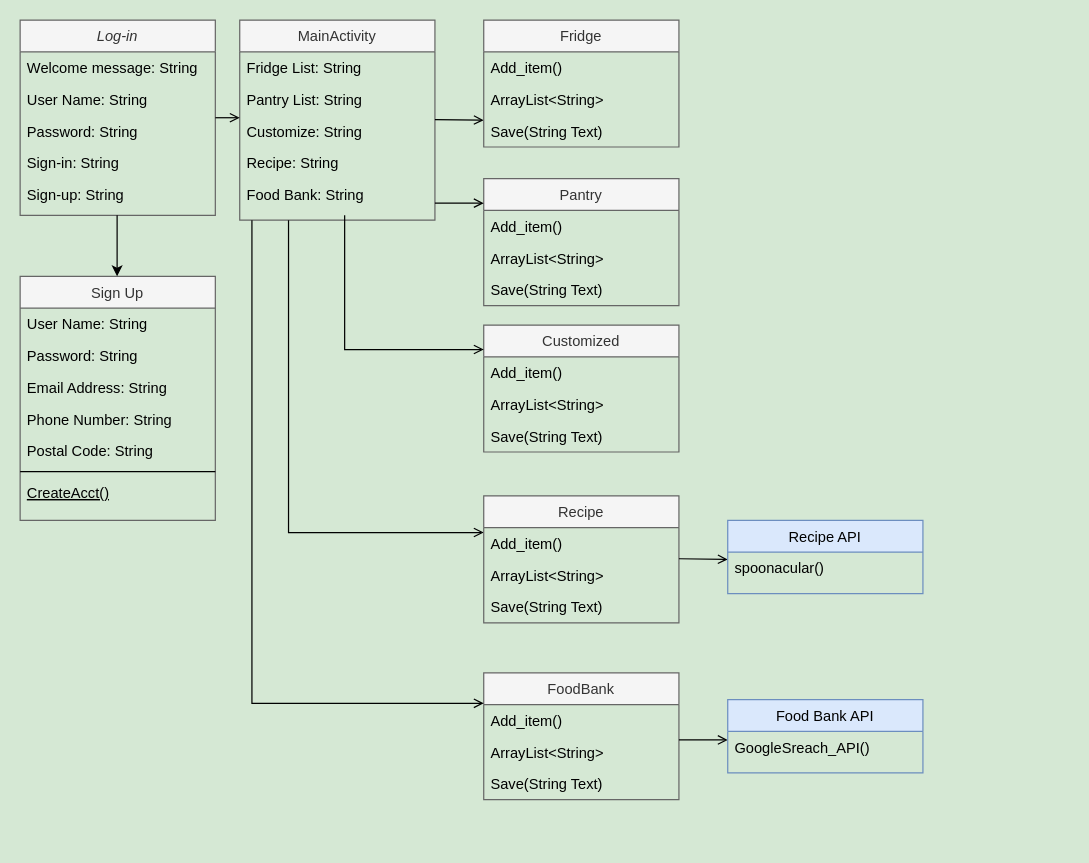
The draw.io diagram Class Diagram.drawio in Capstone-Projects-2022-Spring/project-kinderkitchen, before the edit. Source tidied: cells renumbered, new cells numbered last; positions are measured from the earlier drawing's top-left corner, leaving out a move shared by most shapes. Both pictures are drawn from the tidied source at 122%, with x=0, y=0 at pixel (20, 20).
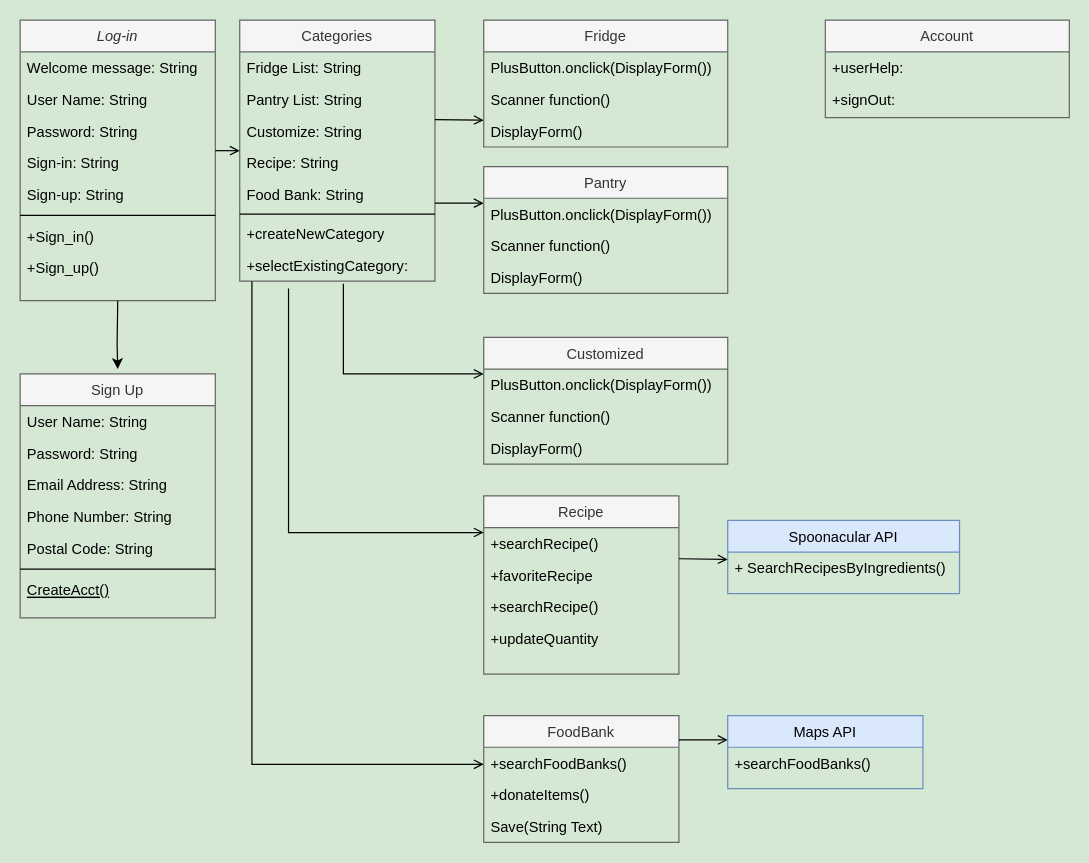
Above is the later version.

What changed in the source:
```diff
@@
     <mxCell id="2" value="Log-in" style="swimlane;fontStyle=2;align=center;verticalAlign=top;horizontal=1;startSize=26;rounded=0;shadow=0;strokeWidth=1;fillColor=#f5f5f5;fontColor=#333333;strokeColor=#666666;" parent="1" vertex="1">
-      <mxGeometry width="160" height="160" as="geometry" />
+      <mxGeometry width="160" height="230" as="geometry" />
     </mxCell>
@@
+    <mxCell id="55" style="line;html=1;strokeWidth=1;align=left;verticalAlign=middle;spacingTop=-1;spacingLeft=3;spacingRight=3;labelPosition=right;" parent="2" vertex="1">
+      <mxGeometry y="156" width="160" height="8" as="geometry" />
+    </mxCell>
+    <mxCell id="56" value="+Sign_in()" style="text;align=left;verticalAlign=top;spacingLeft=4;spacingRight=4;overflow=hidden;rounded=0;shadow=0;html=0;" parent="2" vertex="1">
+      <mxGeometry y="164" width="160" height="26" as="geometry" />
+    </mxCell>
+    <mxCell id="57" value="+Sign_up()" style="text;align=left;verticalAlign=top;spacingLeft=4;spacingRight=4;overflow=hidden;rounded=0;shadow=0;html=0;" parent="2" vertex="1">
+      <mxGeometry y="190" width="160" height="26" as="geometry" />
+    </mxCell>
     <mxCell id="8" value="Sign Up" style="swimlane;fontStyle=0;align=center;verticalAlign=top;horizontal=1;startSize=26;rounded=0;shadow=0;strokeWidth=1;fillColor=#f5f5f5;fontColor=#333333;strokeColor=#666666;" parent="1" vertex="1">
-      <mxGeometry y="210" width="160" height="200" as="geometry" />
+      <mxGeometry y="290" width="160" height="200" as="geometry" />
     </mxCell>
@@
-    <mxCell id="16" value="MainActivity" style="swimlane;fontStyle=0;align=center;verticalAlign=top;horizontal=1;startSize=26;rounded=0;shadow=0;strokeWidth=1;fillColor=#f5f5f5;fontColor=#333333;strokeColor=#666666;" parent="1" vertex="1">
-      <mxGeometry x="180" width="160" height="164" as="geometry" />
+    <mxCell id="16" value="Categories" style="swimlane;fontStyle=0;align=center;verticalAlign=top;horizontal=1;startSize=26;rounded=0;shadow=0;strokeWidth=1;fillColor=#f5f5f5;fontColor=#333333;strokeColor=#666666;" parent="1" vertex="1">
+      <mxGeometry x="180" width="160" height="214" as="geometry" />
     </mxCell>
@@
+    <mxCell id="58" style="line;html=1;strokeWidth=1;align=left;verticalAlign=middle;spacingTop=-1;spacingLeft=3;spacingRight=3;labelPosition=right;" parent="16" vertex="1">
+      <mxGeometry y="156" width="160" height="6" as="geometry" />
+    </mxCell>
+    <mxCell id="59" value="+createNewCategory" style="text;align=left;verticalAlign=top;spacingLeft=4;spacingRight=4;overflow=hidden;rounded=0;shadow=0;html=0;" parent="16" vertex="1">
+      <mxGeometry y="162" width="160" height="26" as="geometry" />
+    </mxCell>
+    <mxCell id="60" value="+selectExistingCategory:" style="text;align=left;verticalAlign=top;spacingLeft=4;spacingRight=4;overflow=hidden;points=[[0,0.5],[1,0.5]];portConstraint=eastwest;rounded=0;shadow=0;html=0;" parent="16" vertex="1">
+      <mxGeometry y="188" width="160" height="26" as="geometry" />
+    </mxCell>
@@
-    <mxCell id="23" style="endArrow=classic;html=1;rounded=0;" parent="1" edge="1">
+    <mxCell id="23" style="endArrow=classic;html=1;rounded=0;exitX=0.5;exitY=1;exitDx=0;exitDy=0;" parent="1" edge="1" source="2">
       <mxGeometry relative="1" as="geometry">
-        <mxPoint x="79.5" y="160" as="sourcePoint" />
-        <mxPoint x="79.5" y="210" as="targetPoint" />
+        <mxPoint x="80" y="286" as="targetPoint" />
         <Array as="points">
-          <mxPoint x="79.5" y="160" />
-          <mxPoint x="79.5" y="180" />
+          <mxPoint x="79.5" y="266" />
         </Array>
       </mxGeometry>
     </mxCell>
@@
     <mxCell id="25" value="Fridge" style="swimlane;fontStyle=0;align=center;verticalAlign=top;horizontal=1;startSize=26;rounded=0;shadow=0;strokeWidth=1;fillColor=#f5f5f5;fontColor=#333333;strokeColor=#666666;" parent="1" vertex="1">
-      <mxGeometry x="380" width="160" height="104" as="geometry" />
+      <mxGeometry x="380" width="200" height="104" as="geometry" />
     </mxCell>
-    <mxCell id="26" value="Add_item()" style="text;align=left;verticalAlign=top;spacingLeft=4;spacingRight=4;overflow=hidden;" parent="25" vertex="1">
-      <mxGeometry y="26" width="160" height="26" as="geometry" />
+    <mxCell id="26" value="PlusButton.onclick(DisplayForm())&#10;" style="text;align=left;verticalAlign=top;spacingLeft=4;spacingRight=4;overflow=hidden;" parent="25" vertex="1">
+      <mxGeometry y="26" width="200" height="26" as="geometry" />
     </mxCell>
-    <mxCell id="27" value="ArrayList&lt;String&gt;" style="text;align=left;verticalAlign=top;spacingLeft=4;spacingRight=4;overflow=hidden;rounded=0;shadow=0;html=0;" parent="25" vertex="1">
-      <mxGeometry y="52" width="160" height="26" as="geometry" />
+    <mxCell id="27" value="Scanner function()" style="text;align=left;verticalAlign=top;spacingLeft=4;spacingRight=4;overflow=hidden;rounded=0;shadow=0;html=0;" parent="25" vertex="1">
+      <mxGeometry y="52" width="200" height="26" as="geometry" />
     </mxCell>
-    <mxCell id="28" value="Save(String Text)" style="text;align=left;verticalAlign=top;spacingLeft=4;spacingRight=4;overflow=hidden;" parent="25" vertex="1">
-      <mxGeometry y="78" width="160" height="26" as="geometry" />
+    <mxCell id="28" value="DisplayForm()" style="text;align=left;verticalAlign=top;spacingLeft=4;spacingRight=4;overflow=hidden;" parent="25" vertex="1">
+      <mxGeometry y="78" width="200" height="26" as="geometry" />
     </mxCell>
-    <mxCell id="29" value="Customized" style="swimlane;fontStyle=0;align=center;verticalAlign=top;horizontal=1;startSize=26;rounded=0;shadow=0;strokeWidth=1;fillColor=#f5f5f5;fontColor=#333333;strokeColor=#666666;" parent="1" vertex="1">
-      <mxGeometry x="380" y="250" width="160" height="104" as="geometry" />
-    </mxCell>
-    <mxCell id="30" value="Add_item()" style="text;align=left;verticalAlign=top;spacingLeft=4;spacingRight=4;overflow=hidden;" parent="29" vertex="1">
-      <mxGeometry y="26" width="160" height="26" as="geometry" />
-    </mxCell>
-    <mxCell id="31" value="ArrayList&lt;String&gt;" style="text;align=left;verticalAlign=top;spacingLeft=4;spacingRight=4;overflow=hidden;rounded=0;shadow=0;html=0;" parent="29" vertex="1">
-      <mxGeometry y="52" width="160" height="26" as="geometry" />
-    </mxCell>
-    <mxCell id="32" value="Save(String Text)" style="text;align=left;verticalAlign=top;spacingLeft=4;spacingRight=4;overflow=hidden;" parent="29" vertex="1">
-      <mxGeometry y="78" width="160" height="26" as="geometry" />
-    </mxCell>
-    <mxCell id="33" value="Pantry" style="swimlane;fontStyle=0;align=center;verticalAlign=top;horizontal=1;startSize=26;rounded=0;shadow=0;strokeWidth=1;fillColor=#f5f5f5;fontColor=#333333;strokeColor=#666666;" parent="1" vertex="1">
-      <mxGeometry x="380" y="130" width="160" height="104" as="geometry" />
-    </mxCell>
-    <mxCell id="34" value="Add_item()" style="text;align=left;verticalAlign=top;spacingLeft=4;spacingRight=4;overflow=hidden;" parent="33" vertex="1">
-      <mxGeometry y="26" width="160" height="26" as="geometry" />
-    </mxCell>
-    <mxCell id="35" value="ArrayList&lt;String&gt;" style="text;align=left;verticalAlign=top;spacingLeft=4;spacingRight=4;overflow=hidden;rounded=0;shadow=0;html=0;" parent="33" vertex="1">
-      <mxGeometry y="52" width="160" height="26" as="geometry" />
-    </mxCell>
-    <mxCell id="36" value="Save(String Text)" style="text;align=left;verticalAlign=top;spacingLeft=4;spacingRight=4;overflow=hidden;" parent="33" vertex="1">
-      <mxGeometry y="78" width="160" height="26" as="geometry" />
-    </mxCell>
@@
-    <mxCell id="38" style="endArrow=open;shadow=0;strokeWidth=1;rounded=0;endFill=1;edgeStyle=elbowEdgeStyle;elbow=vertical;" parent="1" edge="1">
+    <mxCell id="38" style="endArrow=open;shadow=0;strokeWidth=1;rounded=0;endFill=1;edgeStyle=elbowEdgeStyle;elbow=vertical;exitX=0.531;exitY=1.077;exitDx=0;exitDy=0;exitPerimeter=0;" parent="1" edge="1" source="60">
       <mxGeometry x="0.5" y="41" relative="1" as="geometry">
-        <mxPoint x="266" y="160" as="sourcePoint" />
-        <mxPoint x="380" y="270" as="targetPoint" />
+        <mxPoint x="380" y="290" as="targetPoint" />
         <Array as="points">
-          <mxPoint x="270" y="270" />
+          <mxPoint x="270" y="290" />
         </Array>
         <mxPoint x="-40" y="32" as="offset" />
       </mxGeometry>
     </mxCell>
     <mxCell id="39" style="endArrow=open;shadow=0;strokeWidth=1;rounded=0;endFill=1;edgeStyle=elbowEdgeStyle;elbow=vertical;entryX=0;entryY=0.154;entryDx=0;entryDy=0;entryPerimeter=0;" parent="1" edge="1" target="41">
       <mxGeometry x="0.5" y="41" relative="1" as="geometry">
-        <mxPoint x="220" y="164" as="sourcePoint" />
+        <mxPoint x="220" y="220" as="sourcePoint" />
         <Array as="points">
           <mxPoint x="270" y="420" />
         </Array>
         <mxPoint x="-40" y="32" as="offset" />
       </mxGeometry>
     </mxCell>
     <mxCell id="40" value="Recipe" style="swimlane;fontStyle=0;align=center;verticalAlign=top;horizontal=1;startSize=26;rounded=0;shadow=0;strokeWidth=1;fillColor=#f5f5f5;fontColor=#333333;strokeColor=#666666;" parent="1" vertex="1">
-      <mxGeometry x="380" y="390" width="160" height="104" as="geometry" />
+      <mxGeometry x="380" y="390" width="160" height="146" as="geometry" />
     </mxCell>
-    <mxCell id="41" value="Add_item()" style="text;align=left;verticalAlign=top;spacingLeft=4;spacingRight=4;overflow=hidden;points=[[0,0.5],[1,0.5]];portConstraint=eastwest;" parent="40" vertex="1">
+    <mxCell id="41" value="+searchRecipe()" style="text;align=left;verticalAlign=top;spacingLeft=4;spacingRight=4;overflow=hidden;points=[[0,0.5],[1,0.5]];portConstraint=eastwest;" parent="40" vertex="1">
       <mxGeometry y="26" width="160" height="26" as="geometry" />
     </mxCell>
-    <mxCell id="42" value="ArrayList&lt;String&gt;" style="text;align=left;verticalAlign=top;spacingLeft=4;spacingRight=4;overflow=hidden;rounded=0;shadow=0;html=0;" parent="40" vertex="1">
+    <mxCell id="42" value="+favoriteRecipe" style="text;align=left;verticalAlign=top;spacingLeft=4;spacingRight=4;overflow=hidden;rounded=0;shadow=0;html=0;" parent="40" vertex="1">
       <mxGeometry y="52" width="160" height="26" as="geometry" />
     </mxCell>
+    <mxCell id="61" value="+searchRecipe()" style="text;align=left;verticalAlign=top;spacingLeft=4;spacingRight=4;overflow=hidden;" parent="40" vertex="1">
+      <mxGeometry y="78" width="160" height="26" as="geometry" />
+    </mxCell>
-    <mxCell id="43" value="Save(String Text)" style="text;align=left;verticalAlign=top;spacingLeft=4;spacingRight=4;overflow=hidden;" parent="40" vertex="1">
-      <mxGeometry y="78" width="160" height="26" as="geometry" />
+    <mxCell id="43" value="+updateQuantity" style="text;align=left;verticalAlign=top;spacingLeft=4;spacingRight=4;overflow=hidden;" parent="40" vertex="1">
+      <mxGeometry y="104" width="160" height="42" as="geometry" />
     </mxCell>
     <mxCell id="44" value="FoodBank" style="swimlane;fontStyle=0;align=center;verticalAlign=top;horizontal=1;startSize=26;rounded=0;shadow=0;strokeWidth=1;fillColor=#f5f5f5;fontColor=#333333;strokeColor=#666666;" parent="1" vertex="1">
-      <mxGeometry x="380" y="535" width="160" height="104" as="geometry" />
+      <mxGeometry x="380" y="570" width="160" height="104" as="geometry" />
     </mxCell>
-    <mxCell id="45" value="Add_item()" style="text;align=left;verticalAlign=top;spacingLeft=4;spacingRight=4;overflow=hidden;" parent="44" vertex="1">
+    <mxCell id="45" value="+searchFoodBanks()" style="text;align=left;verticalAlign=top;spacingLeft=4;spacingRight=4;overflow=hidden;" parent="44" vertex="1">
       <mxGeometry y="26" width="160" height="26" as="geometry" />
     </mxCell>
-    <mxCell id="46" value="ArrayList&lt;String&gt;" style="text;align=left;verticalAlign=top;spacingLeft=4;spacingRight=4;overflow=hidden;rounded=0;shadow=0;html=0;" parent="44" vertex="1">
+    <mxCell id="46" value="+donateItems()" style="text;align=left;verticalAlign=top;spacingLeft=4;spacingRight=4;overflow=hidden;rounded=0;shadow=0;html=0;" parent="44" vertex="1">
       <mxGeometry y="52" width="160" height="26" as="geometry" />
     </mxCell>
@@
     <mxCell id="48" style="endArrow=open;shadow=0;strokeWidth=1;rounded=0;endFill=1;edgeStyle=elbowEdgeStyle;elbow=vertical;" parent="1" edge="1">
       <mxGeometry x="0.5" y="41" relative="1" as="geometry">
-        <mxPoint x="190" y="164" as="sourcePoint" />
-        <mxPoint x="380" y="560" as="targetPoint" />
+        <mxPoint x="190" y="214" as="sourcePoint" />
+        <mxPoint x="380" y="610" as="targetPoint" />
         <Array as="points">
-          <mxPoint x="210" y="560" />
+          <mxPoint x="210" y="610" />
         </Array>
         <mxPoint x="-40" y="32" as="offset" />
       </mxGeometry>
     </mxCell>
@@
-    <mxCell id="51" value="Recipe API" style="swimlane;fontStyle=0;align=center;verticalAlign=top;horizontal=1;startSize=26;rounded=0;shadow=0;strokeWidth=1;fillColor=#dae8fc;strokeColor=#6c8ebf;" parent="1" vertex="1">
-      <mxGeometry x="580" y="410" width="160" height="60" as="geometry" />
+    <mxCell id="51" value="Spoonacular API" style="swimlane;fontStyle=0;align=center;verticalAlign=top;horizontal=1;startSize=26;rounded=0;shadow=0;strokeWidth=1;fillColor=#dae8fc;strokeColor=#6c8ebf;" parent="1" vertex="1">
+      <mxGeometry x="580" y="410" width="190" height="60" as="geometry" />
     </mxCell>
-    <mxCell id="52" value="spoonacular()" style="text;align=left;verticalAlign=top;spacingLeft=4;spacingRight=4;overflow=hidden;" parent="51" vertex="1">
-      <mxGeometry y="26" width="160" height="26" as="geometry" />
+    <mxCell id="52" value="+ SearchRecipesByIngredients()" style="text;align=left;verticalAlign=top;spacingLeft=4;spacingRight=4;overflow=hidden;" parent="51" vertex="1">
+      <mxGeometry y="26" width="190" height="26" as="geometry" />
     </mxCell>
-    <mxCell id="53" value="Food Bank API" style="swimlane;fontStyle=0;align=center;verticalAlign=top;horizontal=1;startSize=26;rounded=0;shadow=0;strokeWidth=1;fillColor=#dae8fc;strokeColor=#6c8ebf;" parent="1" vertex="1">
-      <mxGeometry x="580" y="557" width="160" height="60" as="geometry" />
+    <mxCell id="53" value="Maps API" style="swimlane;fontStyle=0;align=center;verticalAlign=top;horizontal=1;startSize=26;rounded=0;shadow=0;strokeWidth=1;fillColor=#dae8fc;strokeColor=#6c8ebf;" parent="1" vertex="1">
+      <mxGeometry x="580" y="570" width="160" height="60" as="geometry" />
     </mxCell>
-    <mxCell id="54" value="GoogleSreach_API()" style="text;align=left;verticalAlign=top;spacingLeft=4;spacingRight=4;overflow=hidden;" parent="53" vertex="1">
+    <mxCell id="54" value="+searchFoodBanks()&#10;" style="text;align=left;verticalAlign=top;spacingLeft=4;spacingRight=4;overflow=hidden;" parent="53" vertex="1">
       <mxGeometry y="26" width="160" height="26" as="geometry" />
     </mxCell>
+    <mxCell id="33" value="Pantry" style="swimlane;fontStyle=0;align=center;verticalAlign=top;horizontal=1;startSize=26;rounded=0;shadow=0;strokeWidth=1;fillColor=#f5f5f5;fontColor=#333333;strokeColor=#666666;" parent="1" vertex="1">
+      <mxGeometry x="380" y="120" width="200" height="104" as="geometry" />
+    </mxCell>
+    <mxCell id="62" value="PlusButton.onclick(DisplayForm())&#10;" style="text;align=left;verticalAlign=top;spacingLeft=4;spacingRight=4;overflow=hidden;" parent="33" vertex="1">
+      <mxGeometry y="26" width="200" height="26" as="geometry" />
+    </mxCell>
+    <mxCell id="63" value="Scanner function()" style="text;align=left;verticalAlign=top;spacingLeft=4;spacingRight=4;overflow=hidden;rounded=0;shadow=0;html=0;" parent="33" vertex="1">
+      <mxGeometry y="52" width="200" height="26" as="geometry" />
+    </mxCell>
+    <mxCell id="64" value="DisplayForm()" style="text;align=left;verticalAlign=top;spacingLeft=4;spacingRight=4;overflow=hidden;" parent="33" vertex="1">
+      <mxGeometry y="78" width="200" height="26" as="geometry" />
+    </mxCell>
+    <mxCell id="29" value="Customized" style="swimlane;fontStyle=0;align=center;verticalAlign=top;horizontal=1;startSize=26;rounded=0;shadow=0;strokeWidth=1;fillColor=#f5f5f5;fontColor=#333333;strokeColor=#666666;" parent="1" vertex="1">
+      <mxGeometry x="380" y="260" width="200" height="104" as="geometry" />
+    </mxCell>
+    <mxCell id="65" value="PlusButton.onclick(DisplayForm())&#10;" style="text;align=left;verticalAlign=top;spacingLeft=4;spacingRight=4;overflow=hidden;" parent="29" vertex="1">
+      <mxGeometry y="26" width="200" height="26" as="geometry" />
+    </mxCell>
+    <mxCell id="66" value="Scanner function()" style="text;align=left;verticalAlign=top;spacingLeft=4;spacingRight=4;overflow=hidden;rounded=0;shadow=0;html=0;" parent="29" vertex="1">
+      <mxGeometry y="52" width="200" height="26" as="geometry" />
+    </mxCell>
+    <mxCell id="67" value="DisplayForm()" style="text;align=left;verticalAlign=top;spacingLeft=4;spacingRight=4;overflow=hidden;" parent="29" vertex="1">
+      <mxGeometry y="78" width="200" height="26" as="geometry" />
+    </mxCell>
+    <mxCell id="68" value="Account" style="swimlane;fontStyle=0;align=center;verticalAlign=top;horizontal=1;startSize=26;rounded=0;shadow=0;strokeWidth=1;fillColor=#f5f5f5;fontColor=#333333;strokeColor=#666666;" parent="1" vertex="1">
+      <mxGeometry x="660" width="200" height="80" as="geometry" />
+    </mxCell>
+    <mxCell id="69" value="+userHelp: " style="text;align=left;verticalAlign=top;spacingLeft=4;spacingRight=4;overflow=hidden;" parent="68" vertex="1">
+      <mxGeometry y="26" width="200" height="26" as="geometry" />
+    </mxCell>
+    <mxCell id="70" value="+signOut:" style="text;align=left;verticalAlign=top;spacingLeft=4;spacingRight=4;overflow=hidden;rounded=0;shadow=0;html=0;" parent="68" vertex="1">
+      <mxGeometry y="52" width="200" height="26" as="geometry" />
+    </mxCell>
```
